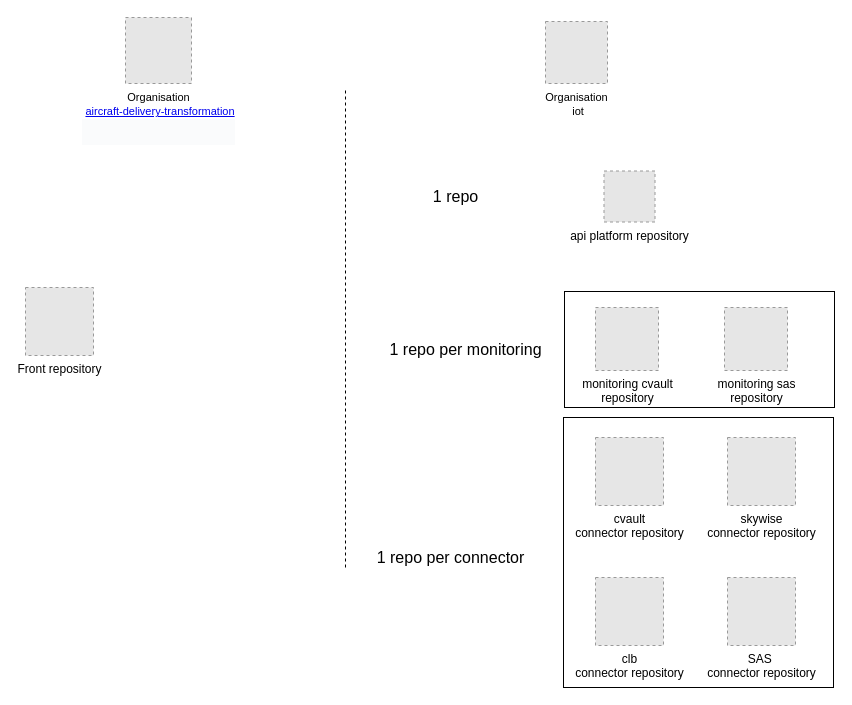
Above: GithubRepo.drawio in claytonbrown/aws-drawing (draw.io), before the change. Source tidied: cells renumbered, new cells numbered last; positions are measured from the earlier drawing's top-left corner, leaving out a move shared by most shapes. Both pictures are drawn from the tidied source at 100%, with x=0, y=0 at pixel (25, 17). Pictures stored in the file or linked from it are replaced by grey dashed boxes.
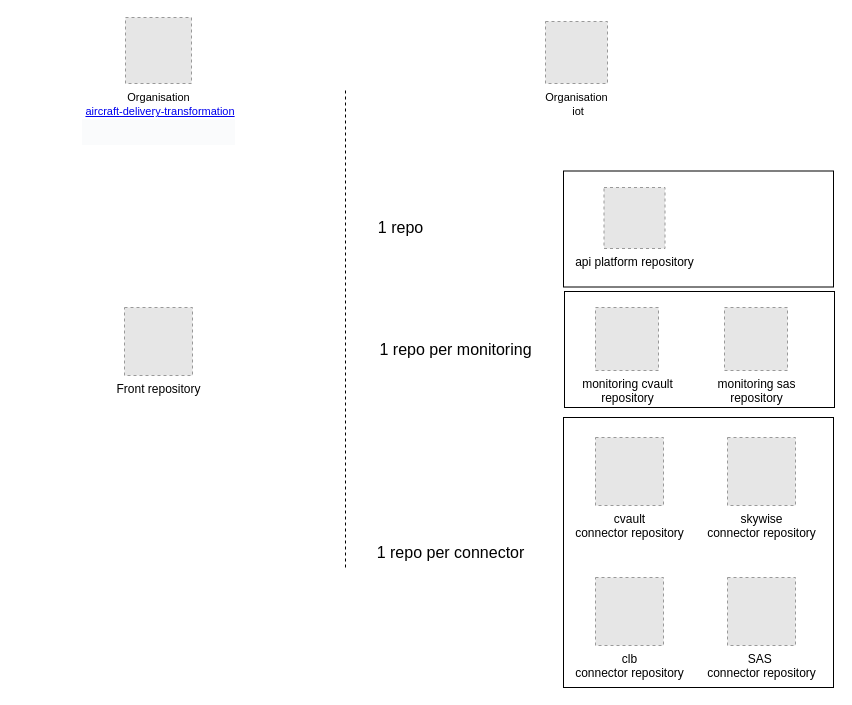
Above is the later version.

The edit, as a diff of the source:
```diff
@@
 <mxGraphModel>
   <root>
     <mxCell id="0" />
     <mxCell id="1" parent="0" />
+    <mxCell id="18" style="rounded=0;whiteSpace=wrap;html=1;fontColor=#3333FF;" parent="1" vertex="1">
+      <mxGeometry x="538" y="153.5" width="270" height="116" as="geometry" />
+    </mxCell>
     <mxCell id="2" style="rounded=0;whiteSpace=wrap;html=1;fontColor=#3333FF;" parent="1" vertex="1">
       <mxGeometry x="539" y="274" width="270" height="116" as="geometry" />
     </mxCell>
     <mxCell id="3" style="whiteSpace=wrap;html=1;fontColor=#3333FF;" parent="1" vertex="1">
       <mxGeometry x="538" y="400" width="270" height="270" as="geometry" />
     </mxCell>
     <mxCell id="4" value="Front repository" style="fillColor=#E6E6E6;strokeColor=#999999;dashed=1;html=1;verticalAlign=top;verticalLabelPosition=bottom;labelBackgroundColor=#ffffff;" parent="1" vertex="1">
-      <mxGeometry y="270" width="68" height="68" as="geometry" />
+      <mxGeometry x="99" y="290" width="68" height="68" as="geometry" />
     </mxCell>
     <mxCell id="5" value="&lt;font style=&quot;font-size: 11px&quot; color=&quot;#000000&quot;&gt;Organisation&lt;br&gt;&amp;nbsp;&lt;a class=&quot;url fn&quot; href=&quot;https://github.airbus.corp/aircraft-delivery-transformation&quot; style=&quot;box-sizing: border-box&quot;&gt;aircraft-delivery-transformation&lt;br&gt;&lt;/a&gt;&lt;/font&gt;&lt;h1 class=&quot;public  d-flex flex-wrap flex-items-center break-word float-none&quot; style=&quot;box-sizing: border-box ; margin: 0px ; font-weight: 400 ; line-height: 26px ; position: relative ; max-width: 635px ; font-family: , &amp;#34;blinkmacsystemfont&amp;#34; , &amp;#34;segoe ui&amp;#34; , &amp;#34;helvetica&amp;#34; , &amp;#34;arial&amp;#34; , sans-serif , &amp;#34;apple color emoji&amp;#34; , &amp;#34;segoe ui emoji&amp;#34; ; background-color: rgb(250 , 251 , 252) ; word-break: break-word ; overflow-wrap: break-word ; display: flex&quot;&gt;&lt;div style=&quot;font-size: 18px&quot;&gt;&lt;br&gt;&lt;/div&gt;&lt;/h1&gt;" style="fillColor=#E6E6E6;strokeColor=#999999;dashed=1;html=1;verticalAlign=top;verticalLabelPosition=bottom;labelBackgroundColor=#ffffff;fontColor=#3333FF;" parent="1" vertex="1">
       <mxGeometry x="100" width="66" height="66" as="geometry" />
     </mxCell>
     <mxCell id="6" style="endArrow=none;dashed=1;html=1;fontColor=#3333FF;" parent="1" edge="1">
       <mxGeometry relative="1" as="geometry">
         <mxPoint x="320" y="550" as="sourcePoint" />
         <mxPoint x="320" y="70" as="targetPoint" />
       </mxGeometry>
     </mxCell>
     <mxCell id="7" value="&lt;font style=&quot;font-size: 11px&quot; color=&quot;#000000&quot;&gt;Organisation&lt;br&gt;&amp;nbsp;iot&lt;br&gt;&lt;/font&gt;" style="fillColor=#E6E6E6;strokeColor=#999999;dashed=1;html=1;verticalAlign=top;verticalLabelPosition=bottom;labelBackgroundColor=#ffffff;fontColor=#3333FF;" parent="1" vertex="1">
       <mxGeometry x="520" y="4" width="62" height="62" as="geometry" />
     </mxCell>
     <mxCell id="8" value="api platform repository" style="fillColor=#E6E6E6;strokeColor=#999999;dashed=1;html=1;verticalAlign=top;verticalLabelPosition=bottom;labelBackgroundColor=#ffffff;" parent="1" vertex="1">
-      <mxGeometry x="578.5" y="153.5" width="51" height="51" as="geometry" />
+      <mxGeometry x="578.5" y="170" width="61" height="61" as="geometry" />
     </mxCell>
     <mxCell id="9" value="cvault &lt;br&gt;connector repository" style="fillColor=#E6E6E6;strokeColor=#999999;dashed=1;html=1;verticalAlign=top;verticalLabelPosition=bottom;labelBackgroundColor=#ffffff;" parent="1" vertex="1">
       <mxGeometry x="570" y="420" width="68" height="68" as="geometry" />
     </mxCell>
     <mxCell id="10" value="monitoring sas&lt;br&gt;repository" style="fillColor=#E6E6E6;strokeColor=#999999;dashed=1;html=1;verticalAlign=top;verticalLabelPosition=bottom;labelBackgroundColor=#ffffff;" parent="1" vertex="1">
       <mxGeometry x="699" y="290" width="63" height="63" as="geometry" />
     </mxCell>
     <mxCell id="11" value="monitoring cvault&lt;br&gt;repository" style="fillColor=#E6E6E6;strokeColor=#999999;dashed=1;html=1;verticalAlign=top;verticalLabelPosition=bottom;labelBackgroundColor=#ffffff;" parent="1" vertex="1">
       <mxGeometry x="570" y="290" width="63" height="63" as="geometry" />
     </mxCell>
     <mxCell id="12" value="skywise&lt;br&gt;connector repository" style="fillColor=#E6E6E6;strokeColor=#999999;dashed=1;html=1;verticalAlign=top;verticalLabelPosition=bottom;labelBackgroundColor=#ffffff;" parent="1" vertex="1">
       <mxGeometry x="702" y="420" width="68" height="68" as="geometry" />
     </mxCell>
     <mxCell id="13" value="SAS&amp;nbsp;&lt;br&gt;connector repository" style="fillColor=#E6E6E6;strokeColor=#999999;dashed=1;html=1;verticalAlign=top;verticalLabelPosition=bottom;labelBackgroundColor=#ffffff;" parent="1" vertex="1">
       <mxGeometry x="702" y="560" width="68" height="68" as="geometry" />
     </mxCell>
     <mxCell id="14" value="clb&lt;br&gt;connector repository" style="fillColor=#E6E6E6;strokeColor=#999999;dashed=1;html=1;verticalAlign=top;verticalLabelPosition=bottom;labelBackgroundColor=#ffffff;" parent="1" vertex="1">
       <mxGeometry x="570" y="560" width="68" height="68" as="geometry" />
     </mxCell>
     <mxCell id="15" value="&lt;font style=&quot;font-size: 16px&quot; color=&quot;#000000&quot;&gt;1 repo per connector&lt;/font&gt;" style="text;html=1;align=center;verticalAlign=middle;fontColor=#3333FF;" parent="1" vertex="1">
-      <mxGeometry x="345" y="530" width="160" height="20" as="geometry" />
+      <mxGeometry x="345" y="525" width="160" height="20" as="geometry" />
     </mxCell>
     <mxCell id="16" value="&lt;font style=&quot;font-size: 16px&quot; color=&quot;#000000&quot;&gt;1 repo per monitoring&lt;/font&gt;" style="text;html=1;align=center;verticalAlign=middle;fontColor=#3333FF;" parent="1" vertex="1">
-      <mxGeometry x="355" y="322" width="170" height="20" as="geometry" />
+      <mxGeometry x="345" y="322" width="170" height="20" as="geometry" />
     </mxCell>
     <mxCell id="17" value="&lt;font style=&quot;font-size: 16px&quot; color=&quot;#000000&quot;&gt;1 repo&lt;/font&gt;" style="text;html=1;align=center;verticalAlign=middle;fontColor=#3333FF;" parent="1" vertex="1">
-      <mxGeometry x="400" y="169" width="60" height="20" as="geometry" />
+      <mxGeometry x="345" y="199.5" width="60" height="20" as="geometry" />
     </mxCell>
   </root>
 </mxGraphModel>
```
